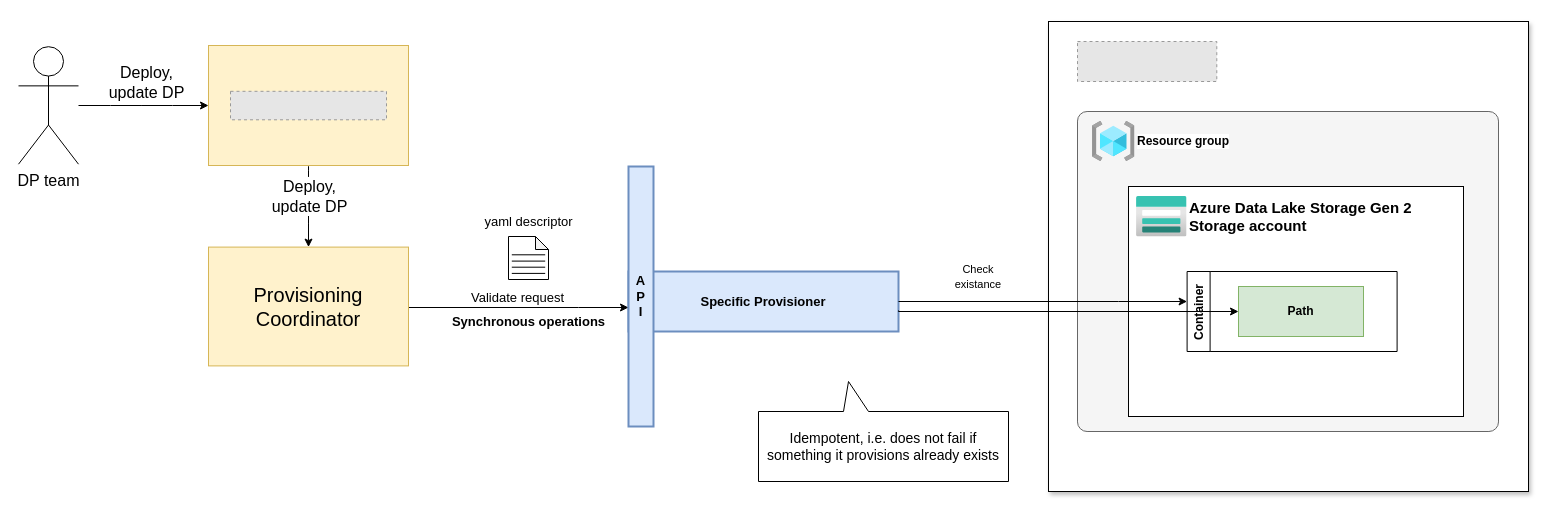
Above: page "Validate" (1 of 4) of docs/hld.drawio in agile-lab-dev/witboost-azure-adls-output-port-tech-adapter (draw.io), before the change. Source tidied: cells renumbered, new cells numbered last; positions are measured from the earlier drawing's top-left corner, leaving out a move shared by most shapes. Both pictures are drawn from the tidied source at 100%, with x=0, y=0 at pixel (18, 21). Pictures stored in the file or linked from it are replaced by grey dashed boxes.
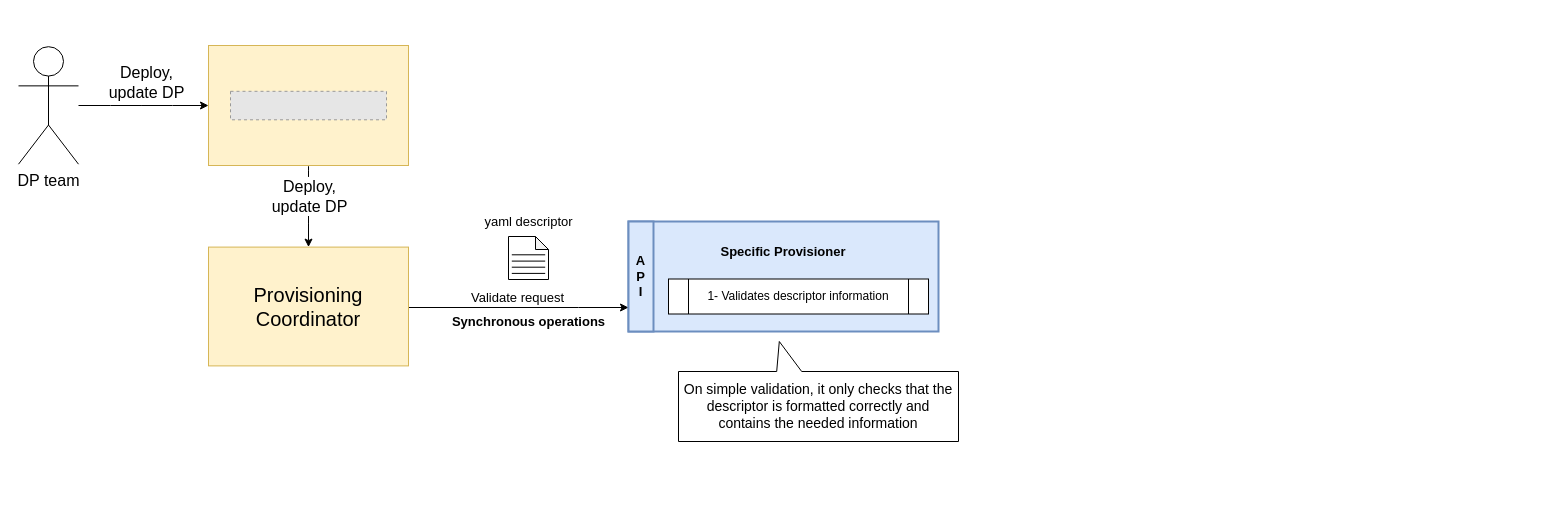
After the change.

The edit, as a diff of the source:
```diff
@@
-    <mxCell id="2" style="rounded=0;whiteSpace=wrap;html=1;glass=0;shadow=1;textShadow=1;" parent="1" vertex="1">
-      <mxGeometry x="1030" width="480" height="470" as="geometry" />
-    </mxCell>
-    <mxCell id="3" style="rounded=1;whiteSpace=wrap;html=1;arcSize=3;fillColor=#f5f5f5;fontColor=#333333;strokeColor=#666666;fontSize=13;" parent="1" vertex="1">
-      <mxGeometry x="1059" y="90" width="421" height="320" as="geometry" />
-    </mxCell>
     <mxCell id="4" value="&lt;br&gt;Specific Provisioner" style="rounded=0;whiteSpace=wrap;html=1;fontStyle=1;strokeWidth=2;fontSize=13;verticalAlign=top;fillColor=#dae8fc;strokeColor=#6c8ebf;" parent="1" vertex="1">
-      <mxGeometry x="610" y="250" width="270" height="60" as="geometry" />
+      <mxGeometry x="610" y="200" width="310" height="110" as="geometry" />
     </mxCell>
@@
     <mxCell id="7" value="A&lt;br style=&quot;font-size: 13px;&quot;&gt;P&lt;br style=&quot;font-size: 13px;&quot;&gt;I" style="rounded=0;whiteSpace=wrap;html=1;fontStyle=1;strokeWidth=2;fontSize=13;fillColor=#dae8fc;strokeColor=#6c8ebf;" parent="1" vertex="1">
-      <mxGeometry x="610" y="145" width="25" height="260" as="geometry" />
+      <mxGeometry x="610" y="200" width="25" height="110" as="geometry" />
     </mxCell>
@@
-    <mxCell id="24" value="Idempotent, i.e. does not fail if something it provisions already exists" style="shape=callout;whiteSpace=wrap;html=1;perimeter=calloutPerimeter;flipH=1;spacing=4;flipV=1;fontSize=14;position2=0.64;base=25;size=30;position=0.56;" parent="1" vertex="1">
-      <mxGeometry x="740" y="360" width="250" height="100" as="geometry" />
+    <mxCell id="24" value="On simple validation, it only checks that the descriptor is formatted correctly and contains the needed information" style="shape=callout;whiteSpace=wrap;html=1;perimeter=calloutPerimeter;flipH=1;spacing=4;flipV=1;fontSize=14;position2=0.64;base=25;size=30;position=0.56;" parent="1" vertex="1">
+      <mxGeometry x="660" y="320" width="280" height="100" as="geometry" />
     </mxCell>
-    <mxCell id="25" style="fillColor=#E6E6E6;strokeColor=#999999;dashed=1;verticalLabelPosition=bottom;labelBackgroundColor=default;verticalAlign=top;" parent="1" vertex="1">
-      <mxGeometry x="1059" y="20" width="139.3" height="40" as="geometry" />
-    </mxCell>
-    <mxCell id="26" value="Resource group" style="image;html=1;align=left;fontSize=12;image=img/lib/azure2/general/Resource_Groups.svg;labelPosition=right;verticalLabelPosition=middle;verticalAlign=middle;fontStyle=1;" parent="1" vertex="1">
-      <mxGeometry x="1074" y="100" width="42.5" height="40" as="geometry" />
-    </mxCell>
-    <mxCell id="27" style="group;" parent="1" vertex="1">
-      <mxGeometry x="1110" y="165" width="335" height="230" as="geometry" />
-    </mxCell>
-    <mxCell id="28" style="group;" parent="27" vertex="1">
-      <mxGeometry width="335" height="230" as="geometry" />
-    </mxCell>
-    <mxCell id="29" style="group;" parent="28" vertex="1">
-      <mxGeometry width="335" height="230" as="geometry" />
-    </mxCell>
-    <mxCell id="30" style="rounded=0;whiteSpace=wrap;html=1;" parent="29" vertex="1">
-      <mxGeometry width="335" height="230" as="geometry" />
-    </mxCell>
-    <mxCell id="31" value="Azure Data Lake Storage Gen 2&lt;div&gt;Storage account&lt;/div&gt;" style="image;html=1;align=left;fontSize=15;image=img/lib/azure2/storage/Storage_Accounts.svg;labelPosition=right;verticalLabelPosition=middle;verticalAlign=middle;fontStyle=1;" parent="29" vertex="1">
-      <mxGeometry x="8" y="10" width="50.6" height="40.5" as="geometry" />
-    </mxCell>
-    <mxCell id="32" value="Container" style="swimlane;horizontal=0;" parent="29" vertex="1">
-      <mxGeometry x="58.6" y="85" width="210" height="80" as="geometry" />
-    </mxCell>
-    <mxCell id="33" value="&lt;b&gt;Path&lt;/b&gt;" style="rounded=0;whiteSpace=wrap;html=1;fillColor=#d5e8d4;strokeColor=#82b366;" parent="29" vertex="1">
-      <mxGeometry x="110" y="100" width="125" height="50" as="geometry" />
-    </mxCell>
-    <mxCell id="34" style="edgeStyle=orthogonalEdgeStyle;rounded=0;jettySize=auto;html=1;exitX=1;exitY=0.5;exitDx=0;exitDy=0;" parent="1" edge="1" source="4" target="32">
-      <mxGeometry relative="1" as="geometry">
-        <Array as="points">
-          <mxPoint x="1100" y="280" />
-          <mxPoint x="1100" y="280" />
-        </Array>
-      </mxGeometry>
-    </mxCell>
-    <mxCell id="35" style="edgeStyle=orthogonalEdgeStyle;rounded=0;jettySize=auto;html=1;exitX=1;exitY=0.65;exitDx=0;exitDy=0;exitPerimeter=0;" parent="1" edge="1" source="4" target="33">
-      <mxGeometry relative="1" as="geometry">
-        <Array as="points">
-          <mxPoint x="880" y="290" />
-        </Array>
-      </mxGeometry>
-    </mxCell>
-    <mxCell id="36" value="&lt;span style=&quot;font-size: 11px ; background-color: rgb(255 , 255 , 255)&quot;&gt;Check existance&lt;/span&gt;" style="text;html=1;align=center;verticalAlign=middle;whiteSpace=wrap;rounded=0;" parent="1" vertex="1">
-      <mxGeometry x="930" y="240" width="60" height="30" as="geometry" />
-    </mxCell>
+    <mxCell id="37" value="1- Validates descriptor information" style="shape=process;whiteSpace=wrap;html=1;backgroundOutline=1;size=0.07692307692307693;" parent="1" vertex="1">
+      <mxGeometry x="650" y="257.5" width="260" height="35" as="geometry" />
+    </mxCell>
```
